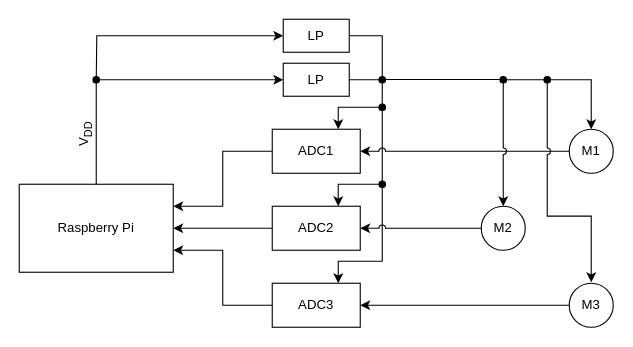
Before: blokkskjema_instrumenteringssystem.drawio in HunkyMcHunkin/TTT4280, a draw.io diagram. Source tidied: cells renumbered, new cells numbered last; positions are measured from the earlier drawing's top-left corner, leaving out a move shared by most shapes. Both pictures are drawn from the tidied source at 110%, with x=0, y=0 at pixel (19, 19).
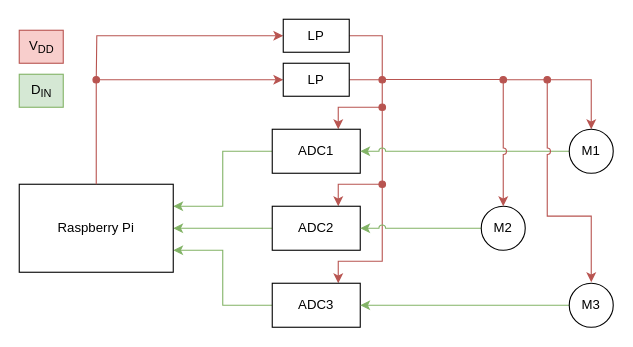
The same diagram, later.

The change refers to these unchanged cells:
```xml
<mxCell id="4" value="ADC1" style="rounded=0;whiteSpace=wrap;html=1;" parent="1" vertex="1">
  <mxGeometry x="230" y="100" width="80" height="40" as="geometry" />
</mxCell>
<mxCell id="7" value="ADC2" style="rounded=0;whiteSpace=wrap;html=1;" parent="1" vertex="1">
  <mxGeometry x="230" y="170" width="80" height="40" as="geometry" />
</mxCell>
<mxCell id="10" value="ADC3" style="rounded=0;whiteSpace=wrap;html=1;" parent="1" vertex="1">
  <mxGeometry x="230" y="240" width="80" height="40" as="geometry" />
</mxCell>
<mxCell id="13" value="M1" style="ellipse;whiteSpace=wrap;html=1;" parent="1" vertex="1">
  <mxGeometry x="500" y="100" width="40" height="40" as="geometry" />
</mxCell>
<mxCell id="15" value="M3" style="ellipse;whiteSpace=wrap;html=1;" parent="1" vertex="1">
  <mxGeometry x="500" y="240" width="40" height="40" as="geometry" />
</mxCell>
<mxCell id="17" value="M2" style="ellipse;whiteSpace=wrap;html=1;" parent="1" vertex="1">
  <mxGeometry x="420" y="170" width="40" height="40" as="geometry" />
</mxCell>
<mxCell id="18" value="Raspberry Pi" style="rounded=0;whiteSpace=wrap;html=1;" parent="1" vertex="1">
  <mxGeometry y="150" width="140" height="80" as="geometry" />
</mxCell>
<mxCell id="21" value="LP" style="rounded=0;whiteSpace=wrap;html=1;" parent="1" vertex="1">
  <mxGeometry x="240" width="60" height="30" as="geometry" />
</mxCell>
<mxCell id="23" value="LP" style="rounded=0;whiteSpace=wrap;html=1;" parent="1" vertex="1">
  <mxGeometry x="240" y="40" width="60" height="30" as="geometry" />
</mxCell>
```

What changed in the source:
```diff
@@
-    <mxCell id="2" style="edgeStyle=orthogonalEdgeStyle;rounded=0;jettySize=auto;html=1;exitX=0;exitY=0.5;exitDx=0;exitDy=0;entryX=1;entryY=0.25;entryDx=0;entryDy=0;" parent="1" edge="1" source="4" target="18">
+    <mxCell id="2" style="edgeStyle=orthogonalEdgeStyle;rounded=0;jettySize=auto;html=1;exitX=0;exitY=0.5;exitDx=0;exitDy=0;entryX=1;entryY=0.25;entryDx=0;entryDy=0;fillColor=#d5e8d4;strokeColor=#82b366;" parent="1" edge="1" source="4" target="18">
       <mxGeometry relative="1" as="geometry" />
     </mxCell>
-    <mxCell id="3" style="edgeStyle=orthogonalEdgeStyle;rounded=0;jettySize=auto;html=1;exitX=0.75;exitY=0;exitDx=0;exitDy=0;entryX=1;entryY=0.5;entryDx=0;entryDy=0;endArrow=none;endFill=0;startArrow=classic;startFill=1;" parent="1" edge="1" source="4" target="23">
+    <mxCell id="3" style="edgeStyle=orthogonalEdgeStyle;rounded=0;jettySize=auto;html=1;exitX=0.75;exitY=0;exitDx=0;exitDy=0;entryX=1;entryY=0.5;entryDx=0;entryDy=0;endArrow=none;endFill=0;startArrow=classic;startFill=1;fillColor=#f8cecc;strokeColor=#b85450;" parent="1" edge="1" source="4" target="23">
       <mxGeometry relative="1" as="geometry">
         <Array as="points">
           <mxPoint x="290" y="80" />
           <mxPoint x="330" y="80" />
           <mxPoint x="330" y="55" />
         </Array>
       </mxGeometry>
     </mxCell>
@@
-    <mxCell id="5" style="edgeStyle=orthogonalEdgeStyle;rounded=0;jettySize=auto;html=1;exitX=0;exitY=0.5;exitDx=0;exitDy=0;entryX=1;entryY=0.5;entryDx=0;entryDy=0;" parent="1" edge="1" source="7" target="18">
+    <mxCell id="5" style="edgeStyle=orthogonalEdgeStyle;rounded=0;jettySize=auto;html=1;exitX=0;exitY=0.5;exitDx=0;exitDy=0;entryX=1;entryY=0.5;entryDx=0;entryDy=0;fillColor=#d5e8d4;strokeColor=#82b366;" parent="1" edge="1" source="7" target="18">
       <mxGeometry relative="1" as="geometry" />
     </mxCell>
-    <mxCell id="6" style="edgeStyle=orthogonalEdgeStyle;rounded=0;jettySize=auto;html=1;exitX=0.75;exitY=0;exitDx=0;exitDy=0;endArrow=oval;endFill=1;jumpStyle=arc;startArrow=classic;startFill=1;" parent="1" edge="1" source="7">
+    <mxCell id="6" style="edgeStyle=orthogonalEdgeStyle;rounded=0;jettySize=auto;html=1;exitX=0.75;exitY=0;exitDx=0;exitDy=0;endArrow=oval;endFill=1;jumpStyle=arc;startArrow=classic;startFill=1;fillColor=#f8cecc;strokeColor=#b85450;" parent="1" edge="1" source="7">
       <mxGeometry relative="1" as="geometry">
         <mxPoint x="330" y="80" as="targetPoint" />
         <Array as="points">
           <mxPoint x="290" y="150" />
           <mxPoint x="330" y="150" />
         </Array>
       </mxGeometry>
     </mxCell>
@@
-    <mxCell id="8" style="edgeStyle=orthogonalEdgeStyle;rounded=0;jettySize=auto;html=1;exitX=0;exitY=0.5;exitDx=0;exitDy=0;entryX=1;entryY=0.75;entryDx=0;entryDy=0;" parent="1" edge="1" source="10" target="18">
+    <mxCell id="8" style="edgeStyle=orthogonalEdgeStyle;rounded=0;jettySize=auto;html=1;exitX=0;exitY=0.5;exitDx=0;exitDy=0;entryX=1;entryY=0.75;entryDx=0;entryDy=0;fillColor=#d5e8d4;strokeColor=#82b366;" parent="1" edge="1" source="10" target="18">
       <mxGeometry relative="1" as="geometry" />
     </mxCell>
-    <mxCell id="9" style="edgeStyle=orthogonalEdgeStyle;rounded=0;jettySize=auto;html=1;exitX=0.75;exitY=0;exitDx=0;exitDy=0;endArrow=oval;endFill=1;jumpStyle=arc;startArrow=classic;startFill=1;" parent="1" edge="1" source="10">
+    <mxCell id="9" style="edgeStyle=orthogonalEdgeStyle;rounded=0;jettySize=auto;html=1;exitX=0.75;exitY=0;exitDx=0;exitDy=0;endArrow=oval;endFill=1;jumpStyle=arc;startArrow=classic;startFill=1;fillColor=#f8cecc;strokeColor=#b85450;" parent="1" edge="1" source="10">
       <mxGeometry relative="1" as="geometry">
         <mxPoint x="330" y="150" as="targetPoint" />
         <Array as="points">
           <mxPoint x="290" y="220" />
           <mxPoint x="330" y="220" />
         </Array>
       </mxGeometry>
     </mxCell>
@@
-    <mxCell id="11" style="edgeStyle=orthogonalEdgeStyle;rounded=0;jettySize=auto;html=1;exitX=0;exitY=0.5;exitDx=0;exitDy=0;entryX=1;entryY=0.5;entryDx=0;entryDy=0;jumpStyle=arc;" parent="1" edge="1" source="13" target="4">
+    <mxCell id="11" style="edgeStyle=orthogonalEdgeStyle;rounded=0;jettySize=auto;html=1;exitX=0;exitY=0.5;exitDx=0;exitDy=0;entryX=1;entryY=0.5;entryDx=0;entryDy=0;jumpStyle=arc;fillColor=#d5e8d4;strokeColor=#82b366;" parent="1" edge="1" source="13" target="4">
       <mxGeometry relative="1" as="geometry" />
     </mxCell>
-    <mxCell id="12" style="edgeStyle=orthogonalEdgeStyle;rounded=0;jumpStyle=arc;jettySize=auto;html=1;startArrow=classic;startFill=1;endArrow=oval;endFill=1;exitX=0.5;exitY=0;exitDx=0;exitDy=0;" parent="1" edge="1" source="13">
+    <mxCell id="12" style="edgeStyle=orthogonalEdgeStyle;rounded=0;jumpStyle=arc;jettySize=auto;html=1;startArrow=classic;startFill=1;endArrow=oval;endFill=1;exitX=0.5;exitY=0;exitDx=0;exitDy=0;fillColor=#f8cecc;strokeColor=#b85450;" parent="1" edge="1" source="13">
       <mxGeometry relative="1" as="geometry">
         <mxPoint x="440" y="55" as="targetPoint" />
         <Array as="points">
           <mxPoint x="520" y="55" />
         </Array>
       </mxGeometry>
     </mxCell>
@@
-    <mxCell id="14" style="edgeStyle=orthogonalEdgeStyle;rounded=0;jettySize=auto;html=1;exitX=0;exitY=0.5;exitDx=0;exitDy=0;entryX=1;entryY=0.5;entryDx=0;entryDy=0;jumpStyle=arc;" parent="1" edge="1" source="15" target="10">
+    <mxCell id="14" style="edgeStyle=orthogonalEdgeStyle;rounded=0;jettySize=auto;html=1;exitX=0;exitY=0.5;exitDx=0;exitDy=0;entryX=1;entryY=0.5;entryDx=0;entryDy=0;jumpStyle=arc;fillColor=#d5e8d4;strokeColor=#82b366;" parent="1" edge="1" source="15" target="10">
       <mxGeometry relative="1" as="geometry" />
     </mxCell>
@@
-    <mxCell id="16" style="edgeStyle=orthogonalEdgeStyle;rounded=0;jettySize=auto;html=1;jumpStyle=arc;" parent="1" edge="1" source="17" target="7">
+    <mxCell id="16" style="edgeStyle=orthogonalEdgeStyle;rounded=0;jettySize=auto;html=1;jumpStyle=arc;fillColor=#d5e8d4;strokeColor=#82b366;" parent="1" edge="1" source="17" target="7">
       <mxGeometry relative="1" as="geometry" />
     </mxCell>
@@
-    <mxCell id="19" style="edgeStyle=orthogonalEdgeStyle;rounded=0;jumpStyle=arc;jettySize=auto;html=1;exitX=0;exitY=0.5;exitDx=0;exitDy=0;endArrow=oval;endFill=1;startArrow=classic;startFill=1;" parent="1" edge="1" source="21">
+    <mxCell id="19" style="edgeStyle=orthogonalEdgeStyle;rounded=0;jumpStyle=arc;jettySize=auto;html=1;exitX=0;exitY=0.5;exitDx=0;exitDy=0;endArrow=oval;endFill=1;startArrow=classic;startFill=1;fillColor=#f8cecc;strokeColor=#b85450;" parent="1" edge="1" source="21">
       <mxGeometry relative="1" as="geometry">
         <mxPoint x="70" y="55" as="targetPoint" />
       </mxGeometry>
     </mxCell>
-    <mxCell id="20" style="edgeStyle=orthogonalEdgeStyle;rounded=0;jumpStyle=arc;jettySize=auto;html=1;exitX=1;exitY=0.5;exitDx=0;exitDy=0;startArrow=none;startFill=0;endArrow=oval;endFill=1;" parent="1" edge="1" source="21">
+    <mxCell id="20" style="edgeStyle=orthogonalEdgeStyle;rounded=0;jumpStyle=arc;jettySize=auto;html=1;exitX=1;exitY=0.5;exitDx=0;exitDy=0;startArrow=none;startFill=0;endArrow=oval;endFill=1;fillColor=#f8cecc;strokeColor=#b85450;" parent="1" edge="1" source="21">
       <mxGeometry relative="1" as="geometry">
         <mxPoint x="330" y="55" as="targetPoint" />
         <Array as="points">
           <mxPoint x="330" y="15" />
         </Array>
       </mxGeometry>
     </mxCell>
@@
-    <mxCell id="22" style="edgeStyle=orthogonalEdgeStyle;rounded=0;jumpStyle=arc;jettySize=auto;html=1;entryX=0.5;entryY=0;entryDx=0;entryDy=0;endArrow=none;endFill=0;startArrow=classic;startFill=1;" parent="1" edge="1" source="23" target="18">
+    <mxCell id="22" style="edgeStyle=orthogonalEdgeStyle;rounded=0;jumpStyle=arc;jettySize=auto;html=1;entryX=0.5;entryY=0;entryDx=0;entryDy=0;endArrow=none;endFill=0;startArrow=classic;startFill=1;fillColor=#f8cecc;strokeColor=#b85450;" parent="1" edge="1" source="23" target="18">
       <mxGeometry relative="1" as="geometry">
         <Array as="points">
           <mxPoint x="70" y="55" />
         </Array>
       </mxGeometry>
     </mxCell>
@@
-    <mxCell id="24" style="endArrow=none;html=1;" parent="1" edge="1">
+    <mxCell id="24" style="endArrow=none;html=1;fillColor=#f8cecc;strokeColor=#b85450;" parent="1" edge="1">
       <mxGeometry relative="1" as="geometry">
         <mxPoint x="440" y="54.8" as="sourcePoint" />
         <mxPoint x="330" y="54.8" as="targetPoint" />
       </mxGeometry>
     </mxCell>
-    <mxCell id="25" style="endArrow=classic;html=1;entryX=0.5;entryY=0;entryDx=0;entryDy=0;jumpStyle=arc;" parent="1" edge="1" target="17">
+    <mxCell id="25" style="endArrow=classic;html=1;entryX=0.5;entryY=0;entryDx=0;entryDy=0;jumpStyle=arc;fillColor=#f8cecc;strokeColor=#b85450;" parent="1" edge="1" target="17">
       <mxGeometry relative="1" as="geometry">
         <mxPoint x="440" y="56" as="sourcePoint" />
       </mxGeometry>
     </mxCell>
-    <mxCell id="26" style="endArrow=classic;html=1;entryX=0.5;entryY=0;entryDx=0;entryDy=0;rounded=0;startArrow=oval;startFill=1;jumpStyle=arc;" parent="1" edge="1">
+    <mxCell id="26" style="endArrow=classic;html=1;entryX=0.5;entryY=0;entryDx=0;entryDy=0;rounded=0;startArrow=oval;startFill=1;jumpStyle=arc;fillColor=#f8cecc;strokeColor=#b85450;" parent="1" edge="1">
       <mxGeometry relative="1" as="geometry">
         <mxPoint x="480" y="55" as="sourcePoint" />
         <mxPoint x="520" y="239" as="targetPoint" />
         <Array as="points">
           <mxPoint x="480" y="139" />
           <mxPoint x="480" y="179" />
           <mxPoint x="520" y="179" />
         </Array>
       </mxGeometry>
     </mxCell>
-    <mxCell id="27" value="V&lt;sub&gt;DD&lt;/sub&gt;" style="text;html=1;align=center;verticalAlign=middle;rotation=-90;" parent="1" vertex="1">
-      <mxGeometry x="40" y="90" width="40" height="30" as="geometry" />
+    <mxCell id="27" value="V&lt;sub&gt;DD&lt;/sub&gt;" style="text;html=1;align=center;verticalAlign=middle;rotation=0;fillColor=#f8cecc;strokeColor=#b85450;" parent="1" vertex="1">
+      <mxGeometry y="10" width="40" height="30" as="geometry" />
     </mxCell>
+    <mxCell id="28" value="D&lt;sub&gt;IN&lt;/sub&gt;" style="text;html=1;align=center;verticalAlign=middle;fillColor=#d5e8d4;strokeColor=#82b366;" parent="1" vertex="1">
+      <mxGeometry y="50" width="40" height="30" as="geometry" />
+    </mxCell>
```
